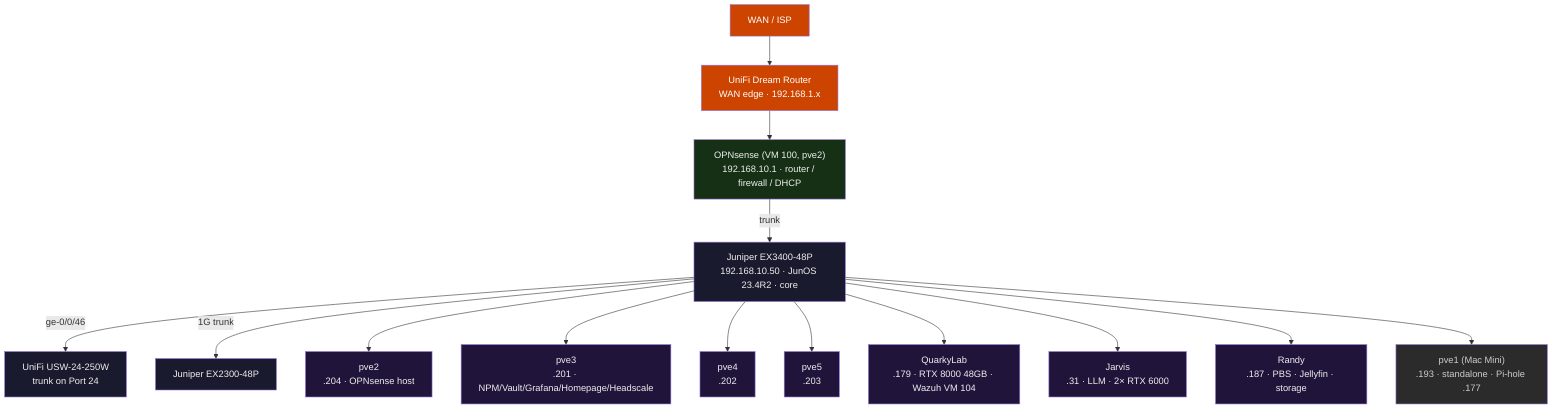
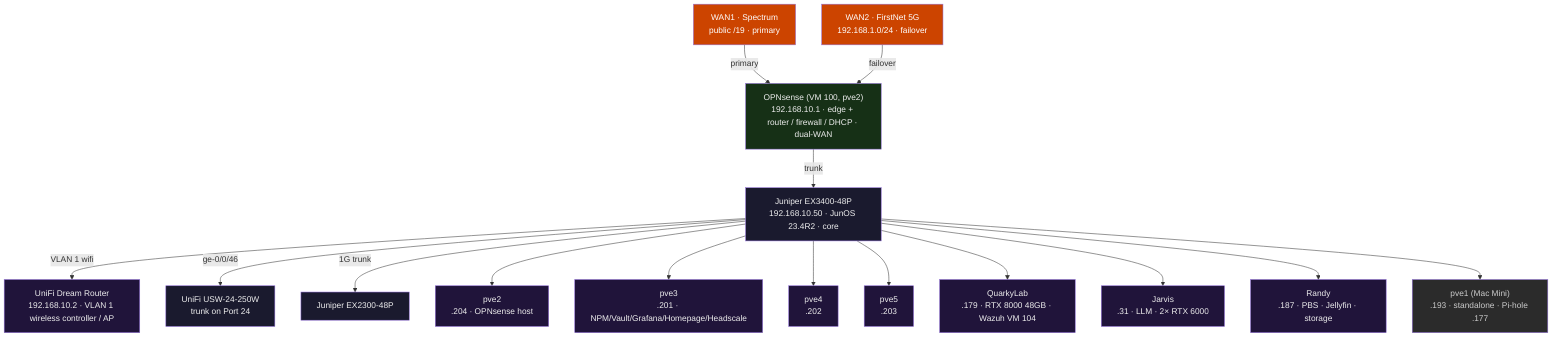
flowchart TB
-     wan["WAN / ISP"]
-     udr["UniFi Dream Router<br/>WAN edge · 192.168.1.x"]
-     opnsense["OPNsense (VM 100, pve2)<br/>192.168.10.1 · router / firewall / DHCP"]
+     wan1["WAN1 · Spectrum<br/>public /19 · primary"]
+     wan2["WAN2 · FirstNet 5G<br/>192.168.1.0/24 · failover"]
+     opnsense["OPNsense (VM 100, pve2)<br/>192.168.10.1 · edge + router / firewall / DHCP · dual-WAN"]
+     udr["UniFi Dream Router<br/>192.168.10.2 · VLAN 1 wireless controller / AP"]
    ex3400["Juniper EX3400-48P<br/>192.168.10.50 · JunOS 23.4R2 · core"]
    usw["UniFi USW-24-250W<br/>trunk on Port 24"]
    ex2300["Juniper EX2300-48P"]
    pve2["pve2<br/>.204 · OPNsense host"]
    pve3["pve3<br/>.201 · NPM/Vault/Grafana/Homepage/Headscale"]
    pve4["pve4<br/>.202"]
    pve5["pve5<br/>.203"]
    quarkylab["QuarkyLab<br/>.179 · RTX 8000 48GB · Wazuh VM 104"]
    jarvis["Jarvis<br/>.31 · LLM · 2× RTX 6000"]
    randy["Randy<br/>.187 · PBS · Jellyfin · storage"]
    pve1["pve1 (Mac Mini)<br/>.193 · standalone · Pi-hole .177"]

-     wan --> udr
-     udr --> opnsense
+     wan1 -->|primary| opnsense
+     wan2 -->|failover| opnsense
    opnsense -->|trunk| ex3400
+     ex3400 -->|VLAN 1 wifi| udr
    ex3400 -->|ge-0/0/46| usw
    ex3400 -->|1G trunk| ex2300
    ex3400 --> pve2
    ex3400 --> pve3
    ex3400 --> pve4
    ex3400 --> pve5
    ex3400 --> quarkylab
    ex3400 --> jarvis
    ex3400 --> randy
    ex3400 --> pve1

    classDef edge fill:#cc4400,color:#fff
    classDef firewall fill:#163016,color:#eee
    classDef switch fill:#1a1a2e,color:#eee
    classDef node fill:#20143a,color:#eee
    classDef standalone fill:#2b2b2b,color:#cccccc
-     class wan,udr edge
+     class wan1,wan2 edge
    class opnsense firewall
+     class udr,pve2,pve3,pve4,pve5,quarkylab,jarvis,randy node
    class ex3400,usw,ex2300 switch
-     class pve2,pve3,pve4,pve5,quarkylab,jarvis,randy node
    class pve1 standalone
